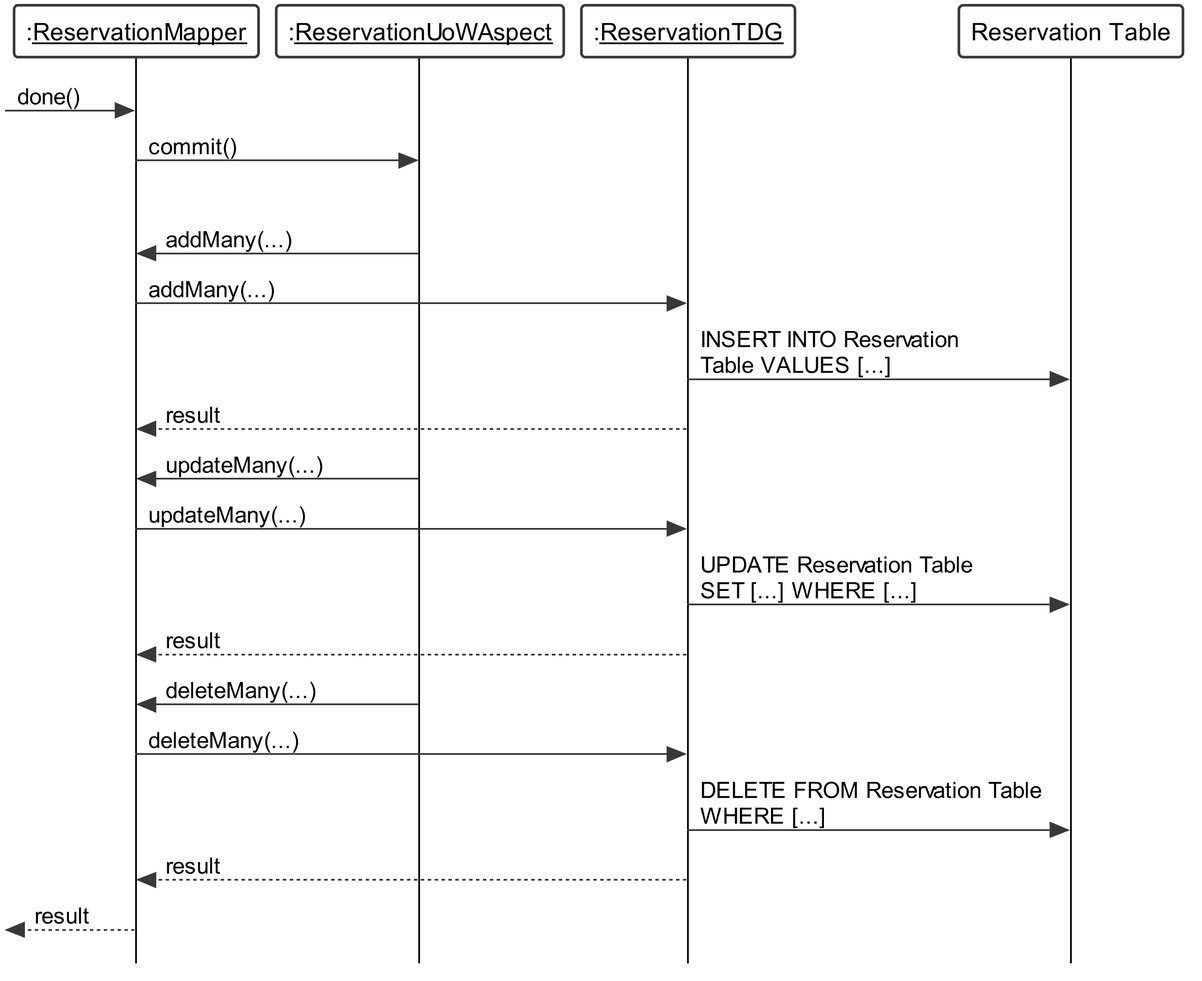
This is Documentation/plantuml/Complete_Work.png from wolfcall/Tyrell-Corp, a PlantUML export, as it was before one commit.
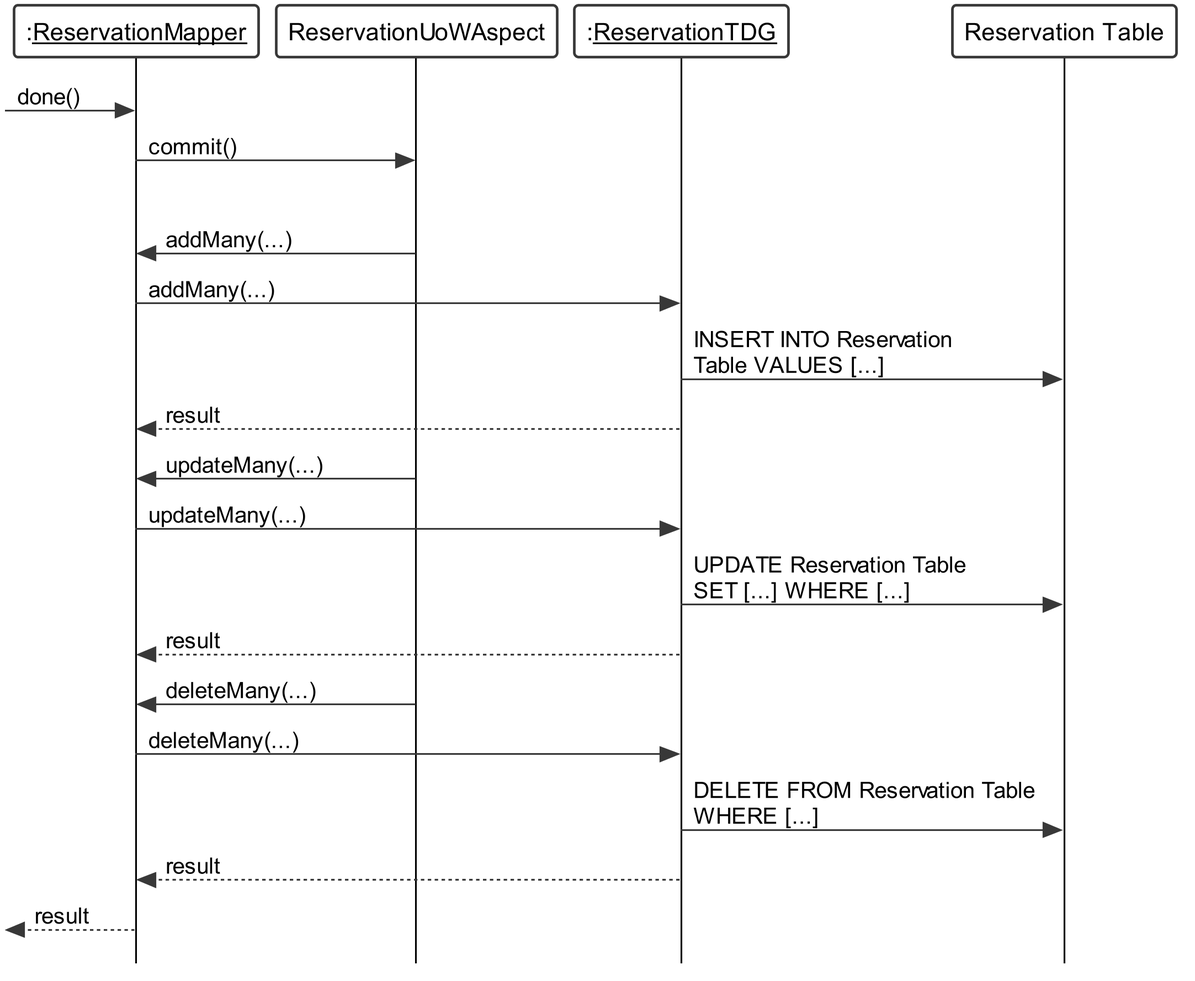
After the commit.

What changed in the source:
```diff
@@ -28,7 +28,7 @@
 skinparam sequenceMessageAlign left
 
 participant ":__ReservationMapper__" as rMapper
-participant ":__ReservationUoWAspect__" as UoW
+participant "ReservationUoWAspect" as UoW
 participant ":__ReservationTDG__" as rTDG
 participant "Reservation Table" as rTable
 
```
